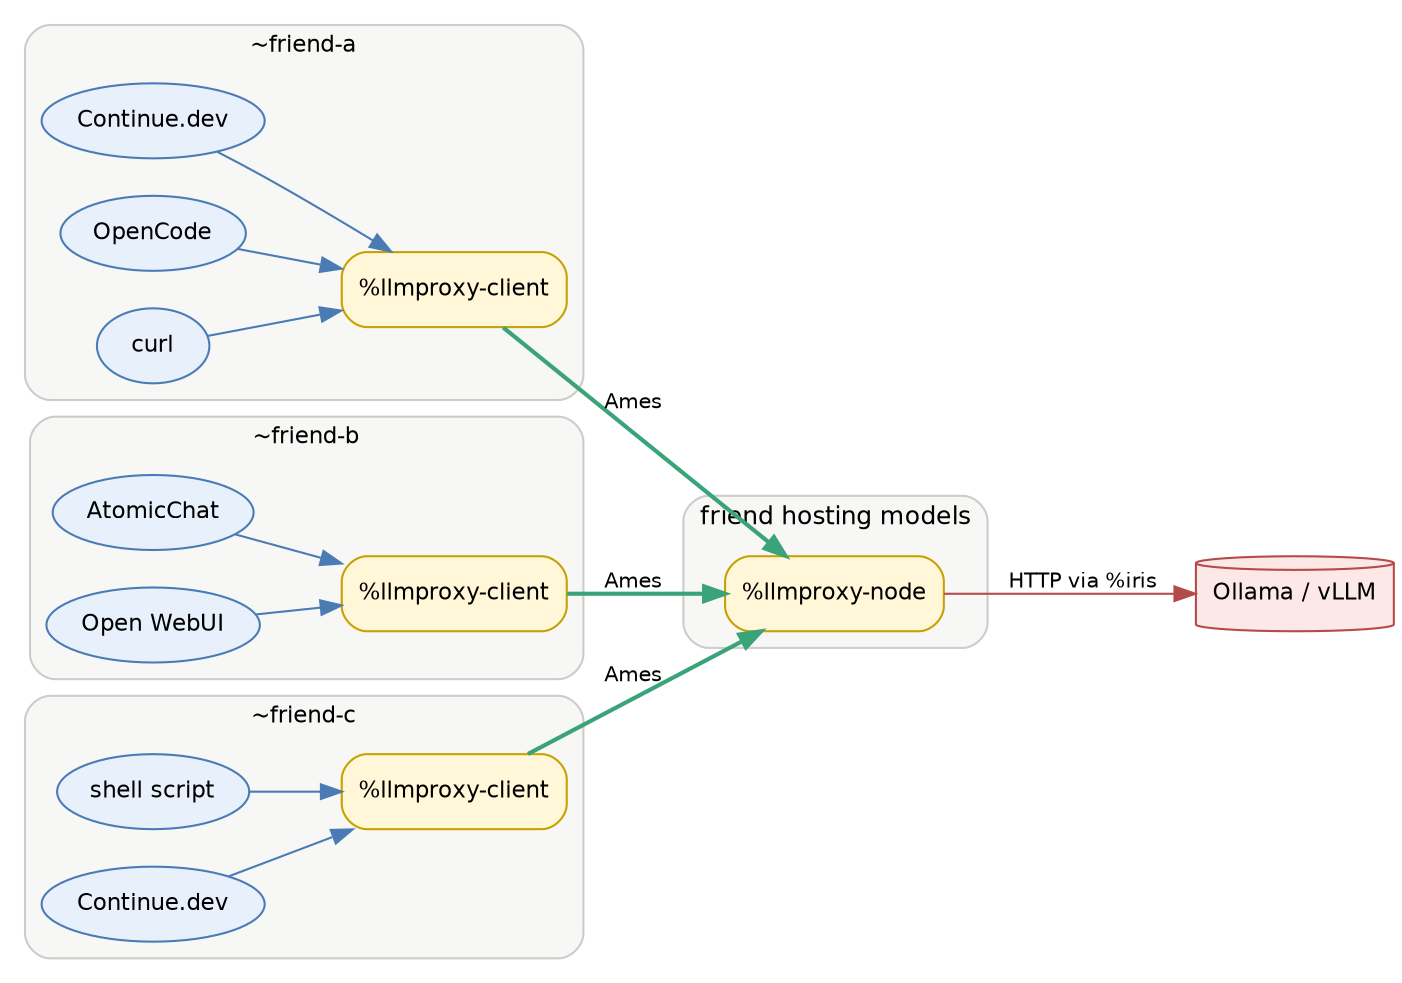
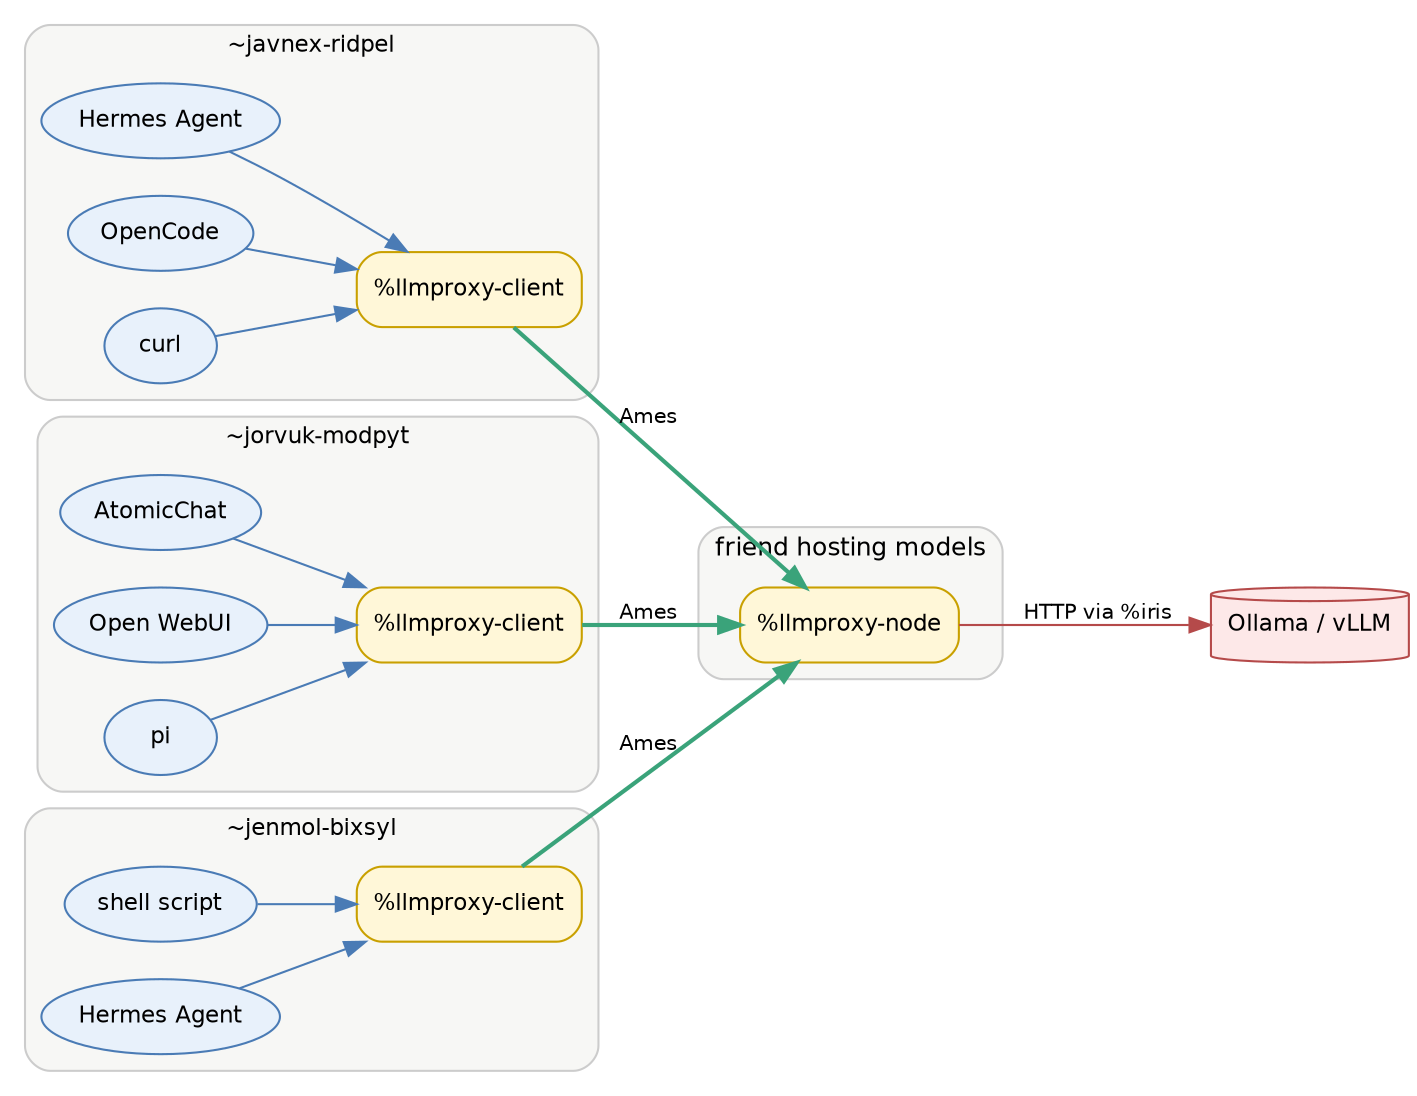
// One node, many friends — and each friend points multiple
// OpenAI-compatible apps at their single %llmproxy-client.
digraph multi_friend {
  rankdir=LR;
  bgcolor="white";
  fontname="Helvetica";
  node [fontname="Helvetica", fontsize=11, shape=box, style="rounded,filled"];
  edge [fontname="Helvetica", fontsize=10];

  subgraph cluster_friend1 {
-     label="~friend-a";
+     label="~javnex-ridpel";
    fontname="Helvetica";
    fontsize=11;
    style="rounded,filled";
    fillcolor="#f7f7f5";
    color="#cccccc";
-     fa_app1 [label="Continue.dev", shape=ellipse, fillcolor="#e8f1fb", color="#4a7bb5"];
+     fa_app1 [label="Hermes Agent", shape=ellipse, fillcolor="#e8f1fb", color="#4a7bb5"];
    fa_app2 [label="OpenCode", shape=ellipse, fillcolor="#e8f1fb", color="#4a7bb5"];
    fa_app3 [label="curl", shape=ellipse, fillcolor="#e8f1fb", color="#4a7bb5"];
    fa_client [label="%llmproxy-client", fillcolor="#fff7d8", color="#c9a000"];
    fa_app1 -> fa_client [color="#4a7bb5"];
    fa_app2 -> fa_client [color="#4a7bb5"];
    fa_app3 -> fa_client [color="#4a7bb5"];
  }

  subgraph cluster_friend2 {
-     label="~friend-b";
+     label="~jorvuk-modpyt";
    fontname="Helvetica";
    fontsize=11;
    style="rounded,filled";
    fillcolor="#f7f7f5";
    color="#cccccc";
    fb_app1 [label="AtomicChat", shape=ellipse, fillcolor="#e8f1fb", color="#4a7bb5"];
    fb_app2 [label="Open WebUI", shape=ellipse, fillcolor="#e8f1fb", color="#4a7bb5"];
+     fb_app3 [label="pi", shape=ellipse, fillcolor="#e8f1fb", color="#4a7bb5"];
    fb_client [label="%llmproxy-client", fillcolor="#fff7d8", color="#c9a000"];
    fb_app1 -> fb_client [color="#4a7bb5"];
    fb_app2 -> fb_client [color="#4a7bb5"];
+     fb_app3 -> fb_client [color="#4a7bb5"];
  }

  subgraph cluster_friend3 {
-     label="~friend-c";
+     label="~jenmol-bixsyl";
    fontname="Helvetica";
    fontsize=11;
    style="rounded,filled";
    fillcolor="#f7f7f5";
    color="#cccccc";
    fc_app1 [label="shell script", shape=ellipse, fillcolor="#e8f1fb", color="#4a7bb5"];
-     fc_app2 [label="Continue.dev", shape=ellipse, fillcolor="#e8f1fb", color="#4a7bb5"];
+     fc_app2 [label="Hermes Agent", shape=ellipse, fillcolor="#e8f1fb", color="#4a7bb5"];
    fc_client [label="%llmproxy-client", fillcolor="#fff7d8", color="#c9a000"];
    fc_app1 -> fc_client [color="#4a7bb5"];
    fc_app2 -> fc_client [color="#4a7bb5"];
  }

  subgraph cluster_publisher {
    label="friend hosting models";
    fontname="Helvetica";
    fontsize=12;
    style="rounded,filled";
    fillcolor="#f7f7f5";
    color="#cccccc";
    pub_node [label="%llmproxy-node", fillcolor="#fff7d8", color="#c9a000"];
  }

  ollama [label="Ollama / vLLM",
          shape=cylinder, fillcolor="#fde8e8", color="#b54a4a"];

  fa_client -> pub_node [label="Ames", color="#3aa37a", penwidth=2];
  fb_client -> pub_node [label="Ames", color="#3aa37a", penwidth=2];
  fc_client -> pub_node [label="Ames", color="#3aa37a", penwidth=2];
  pub_node -> ollama [label="HTTP via %iris", color="#b54a4a"];
}
